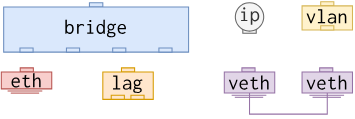
This is doc/lego.svg from kernelkit/infix, a draw.io export, as it was before one commit. Source tidied: cells renumbered, new cells last; positions are measured from the earlier drawing's top-left corner, leaving out a move shared by most shapes.
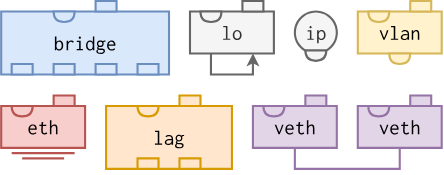
The same diagram one commit later.

What changed in the source:
```diff
@@ -2,125 +2,134 @@
   <root>
     <mxCell id="0" />
     <mxCell id="1" parent="0" />
-    <mxCell id="2" style="rounded=0;whiteSpace=wrap;html=1;fillColor=#dae8fc;strokeColor=#6c8ebf;fontFamily=Inconsolata;fontSize=10;fontSource=https%3A%2F%2Ffonts.googleapis.com%2Fcss%3Ffamily%3DInconsolata;" parent="1" vertex="1">
-      <mxGeometry x="83.6" y="1" width="12.8" height="4" as="geometry" />
+    <mxCell id="2" style="edgeStyle=orthogonalEdgeStyle;rounded=0;jettySize=auto;html=1;exitX=0.5;exitY=1;exitDx=0;exitDy=0;entryX=0.5;entryY=1;entryDx=0;entryDy=0;endArrow=none;endFill=0;strokeWidth=2;fillColor=#e1d5e7;strokeColor=#9673a6;" parent="1" edge="1" source="16" target="20">
+      <mxGeometry relative="1" as="geometry" />
     </mxCell>
-    <mxCell id="3" value="&lt;font style=&quot;font-size: 20px;&quot;&gt;bridge&lt;/font&gt;" style="rounded=0;whiteSpace=wrap;html=1;verticalAlign=middle;labelPosition=center;verticalLabelPosition=middle;align=center;spacingBottom=5;fontFamily=Inconsolata;fontSize=10;fillColor=#dae8fc;strokeColor=#6c8ebf;fontSource=https%3A%2F%2Ffonts.googleapis.com%2Fcss%3Ffamily%3DInconsolata;" parent="1" vertex="1">
-      <mxGeometry x="2" y="5" width="176" height="43" as="geometry" />
+    <mxCell id="3" style="group;" parent="1" vertex="1">
+      <mxGeometry x="-315" y="152" width="120" height="70" as="geometry" />
     </mxCell>
-    <mxCell id="4" style="rounded=0;whiteSpace=wrap;html=1;fillColor=#dae8fc;strokeColor=#6c8ebf;fontFamily=Inconsolata;fontSize=10;fontSource=https%3A%2F%2Ffonts.googleapis.com%2Fcss%3Ffamily%3DInconsolata;" parent="1" vertex="1">
-      <mxGeometry x="17.5" y="44" width="12.5" height="4" as="geometry" />
+    <mxCell id="4" value="lag" style="rounded=0;whiteSpace=wrap;html=1;fillColor=#ffe6cc;strokeColor=#d79b00;strokeWidth=2;fontFamily=Inconsolata;fontSource=https%3A%2F%2Ffonts.googleapis.com%2Fcss%3Ffamily%3DInconsolata;fontSize=20;" parent="3" vertex="1">
+      <mxGeometry y="10" width="120" height="60" as="geometry" />
     </mxCell>
-    <mxCell id="5" style="rounded=0;whiteSpace=wrap;html=1;fillColor=#dae8fc;strokeColor=#6c8ebf;fontFamily=Inconsolata;fontSize=10;fontSource=https%3A%2F%2Ffonts.googleapis.com%2Fcss%3Ffamily%3DInconsolata;" parent="1" vertex="1">
-      <mxGeometry x="61.8" y="44" width="12.5" height="4" as="geometry" />
+    <mxCell id="5" style="rounded=0;whiteSpace=wrap;html=1;fillColor=#ffe6cc;strokeColor=#d79b00;strokeWidth=2;fontFamily=Inconsolata;fontSource=https%3A%2F%2Ffonts.googleapis.com%2Fcss%3Ffamily%3DInconsolata;fontSize=20;" parent="3" vertex="1">
+      <mxGeometry x="70" width="20" height="10" as="geometry" />
     </mxCell>
-    <mxCell id="6" style="rounded=0;whiteSpace=wrap;html=1;fillColor=#dae8fc;strokeColor=#6c8ebf;fontFamily=Inconsolata;fontSize=10;fontSource=https%3A%2F%2Ffonts.googleapis.com%2Fcss%3Ffamily%3DInconsolata;" parent="1" vertex="1">
-      <mxGeometry x="105.8" y="44" width="12.5" height="4" as="geometry" />
+    <mxCell id="6" style="shape=or;whiteSpace=wrap;html=1;rotation=90;fillColor=#ffe6cc;strokeColor=#d79b00;strokeWidth=2;fontFamily=Inconsolata;fontSource=https%3A%2F%2Ffonts.googleapis.com%2Fcss%3Ffamily%3DInconsolata;fontSize=20;" parent="3" vertex="1">
+      <mxGeometry x="35" y="5" width="10" height="20" as="geometry" />
     </mxCell>
-    <mxCell id="7" style="rounded=0;whiteSpace=wrap;html=1;fillColor=#dae8fc;strokeColor=#6c8ebf;fontFamily=Inconsolata;fontSize=10;fontSource=https%3A%2F%2Ffonts.googleapis.com%2Fcss%3Ffamily%3DInconsolata;" parent="1" vertex="1">
-      <mxGeometry x="149.8" y="44" width="12.5" height="4" as="geometry" />
+    <mxCell id="7" style="rounded=0;whiteSpace=wrap;html=1;fillColor=#ffe6cc;strokeColor=#d79b00;strokeWidth=2;fontFamily=Inconsolata;fontSource=https%3A%2F%2Ffonts.googleapis.com%2Fcss%3Ffamily%3DInconsolata;fontSize=20;" parent="3" vertex="1">
+      <mxGeometry x="30" y="60" width="20" height="10" as="geometry" />
     </mxCell>
-    <mxCell id="8" style="edgeStyle=orthogonalEdgeStyle;rounded=0;jettySize=auto;html=1;exitX=0.5;exitY=1;exitDx=0;exitDy=0;entryX=0.5;entryY=1;entryDx=0;entryDy=0;endArrow=none;endFill=0;fillColor=#e1d5e7;strokeColor=#9673a6;fontFamily=Inconsolata;fontSource=https%3A%2F%2Ffonts.googleapis.com%2Fcss%3Ffamily%3DInconsolata;fontSize=20;" parent="1" edge="1" source="16" target="11">
-      <mxGeometry relative="1" as="geometry" />
+    <mxCell id="8" style="rounded=0;whiteSpace=wrap;html=1;fillColor=#ffe6cc;strokeColor=#d79b00;strokeWidth=2;fontFamily=Inconsolata;fontSource=https%3A%2F%2Ffonts.googleapis.com%2Fcss%3Ffamily%3DInconsolata;fontSize=20;" parent="3" vertex="1">
+      <mxGeometry x="70" y="60" width="20" height="10" as="geometry" />
     </mxCell>
-    <mxCell id="9" style="group;fontStyle=1;fontFamily=Inconsolata;fontSource=https%3A%2F%2Ffonts.googleapis.com%2Fcss%3Ffamily%3DInconsolata;" parent="1" vertex="1">
-      <mxGeometry x="286" y="63" width="48" height="28" as="geometry" />
+    <mxCell id="9" style="group;" parent="1" vertex="1">
+      <mxGeometry x="-415" y="152" width="80" height="60" as="geometry" />
     </mxCell>
-    <mxCell id="10" style="rounded=0;whiteSpace=wrap;html=1;fillColor=#e1d5e7;strokeColor=#9673a6;fontFamily=Inconsolata;fontSize=20;fontSource=https%3A%2F%2Ffonts.googleapis.com%2Fcss%3Ffamily%3DInconsolata;" parent="9" vertex="1">
-      <mxGeometry x="16.8" width="12.5" height="4" as="geometry" />
+    <mxCell id="10" value="eth" style="rounded=0;whiteSpace=wrap;html=1;fillColor=#f8cecc;strokeColor=#b85450;strokeWidth=2;fontFamily=Inconsolata;fontSource=https%3A%2F%2Ffonts.googleapis.com%2Fcss%3Ffamily%3DInconsolata;fontSize=20;" parent="9" vertex="1">
+      <mxGeometry y="10" width="80" height="40" as="geometry" />
     </mxCell>
-    <mxCell id="11" value="&lt;font style=&quot;font-size: 20px;&quot;&gt;veth&lt;/font&gt;" style="rounded=0;whiteSpace=wrap;html=1;fillColor=#e1d5e7;strokeColor=#9673a6;fontSize=20;fontFamily=Inconsolata;spacingTop=0;fontSource=https%3A%2F%2Ffonts.googleapis.com%2Fcss%3Ffamily%3DInconsolata;" parent="9" vertex="1">
-      <mxGeometry y="4" width="48" height="20" as="geometry" />
+    <mxCell id="11" style="rounded=0;whiteSpace=wrap;html=1;fillColor=#f8cecc;strokeColor=#b85450;strokeWidth=2;fontFamily=Inconsolata;fontSource=https%3A%2F%2Ffonts.googleapis.com%2Fcss%3Ffamily%3DInconsolata;fontSize=20;" parent="9" vertex="1">
+      <mxGeometry x="50" width="20" height="10" as="geometry" />
     </mxCell>
-    <mxCell id="12" style="endArrow=none;html=1;rounded=0;fillColor=#e1d5e7;strokeColor=#9673a6;fontFamily=Inconsolata;fontSize=20;fontSource=https%3A%2F%2Ffonts.googleapis.com%2Fcss%3Ffamily%3DInconsolata;" parent="9" edge="1">
-      <mxGeometry relative="1" as="geometry">
-        <mxPoint x="37" y="28" as="sourcePoint" />
-        <mxPoint x="10" y="28" as="targetPoint" />
-      </mxGeometry>
+    <mxCell id="12" style="shape=or;whiteSpace=wrap;html=1;rotation=90;fillColor=#f8cecc;strokeColor=#b85450;strokeWidth=2;fontFamily=Inconsolata;fontSource=https%3A%2F%2Ffonts.googleapis.com%2Fcss%3Ffamily%3DInconsolata;fontSize=20;" parent="9" vertex="1">
+      <mxGeometry x="15" y="5" width="10" height="20" as="geometry" />
     </mxCell>
-    <mxCell id="13" style="endArrow=none;html=1;rounded=0;fillColor=#e1d5e7;strokeColor=#9673a6;fontFamily=Inconsolata;fontSize=20;fontSource=https%3A%2F%2Ffonts.googleapis.com%2Fcss%3Ffamily%3DInconsolata;" parent="9" edge="1">
+    <mxCell id="13" style="endArrow=none;html=1;rounded=0;fillColor=#f8cecc;strokeColor=#b85450;strokeWidth=2;fontFamily=Inconsolata;fontSource=https%3A%2F%2Ffonts.googleapis.com%2Fcss%3Ffamily%3DInconsolata;fontSize=20;" parent="9" edge="1">
       <mxGeometry relative="1" as="geometry">
-        <mxPoint x="40" y="26" as="sourcePoint" />
-        <mxPoint x="7" y="26" as="targetPoint" />
+        <mxPoint x="20" y="60" as="sourcePoint" />
+        <mxPoint x="60" y="60" as="targetPoint" />
       </mxGeometry>
     </mxCell>
-    <mxCell id="14" style="group;fontFamily=Inconsolata;fontSource=https%3A%2F%2Ffonts.googleapis.com%2Fcss%3Ffamily%3DInconsolata;" parent="1" vertex="1">
-      <mxGeometry x="212" y="63" width="48" height="28" as="geometry" />
+    <mxCell id="14" style="endArrow=none;html=1;rounded=0;fillColor=#f8cecc;strokeColor=#b85450;strokeWidth=2;fontFamily=Inconsolata;fontSource=https%3A%2F%2Ffonts.googleapis.com%2Fcss%3Ffamily%3DInconsolata;fontSize=20;" parent="9" edge="1">
+      <mxGeometry relative="1" as="geometry">
+        <mxPoint x="10" y="55" as="sourcePoint" />
+        <mxPoint x="70" y="55" as="targetPoint" />
+      </mxGeometry>
     </mxCell>
-    <mxCell id="15" style="rounded=0;whiteSpace=wrap;html=1;fillColor=#e1d5e7;strokeColor=#9673a6;fontFamily=Inconsolata;fontSize=20;fontSource=https%3A%2F%2Ffonts.googleapis.com%2Fcss%3Ffamily%3DInconsolata;" parent="14" vertex="1">
-      <mxGeometry x="16.8" width="12.5" height="4" as="geometry" />
+    <mxCell id="15" style="group;" parent="1" vertex="1">
+      <mxGeometry x="-175" y="152" width="80" height="50" as="geometry" />
     </mxCell>
-    <mxCell id="16" value="&lt;font style=&quot;font-size: 20px;&quot;&gt;veth&lt;/font&gt;" style="rounded=0;whiteSpace=wrap;html=1;fillColor=#e1d5e7;strokeColor=#9673a6;fontSize=20;fontFamily=Inconsolata;spacingTop=0;fontSource=https%3A%2F%2Ffonts.googleapis.com%2Fcss%3Ffamily%3DInconsolata;" parent="14" vertex="1">
-      <mxGeometry y="4" width="48" height="20" as="geometry" />
+    <mxCell id="16" value="veth" style="rounded=0;whiteSpace=wrap;html=1;fillColor=#e1d5e7;strokeColor=#9673a6;strokeWidth=2;fontFamily=Inconsolata;fontSource=https%3A%2F%2Ffonts.googleapis.com%2Fcss%3Ffamily%3DInconsolata;fontSize=20;" parent="15" vertex="1">
+      <mxGeometry y="10" width="80" height="40" as="geometry" />
     </mxCell>
-    <mxCell id="17" style="endArrow=none;html=1;rounded=0;fillColor=#e1d5e7;strokeColor=#9673a6;fontFamily=Inconsolata;fontSize=20;fontSource=https%3A%2F%2Ffonts.googleapis.com%2Fcss%3Ffamily%3DInconsolata;" parent="14" edge="1">
-      <mxGeometry relative="1" as="geometry">
-        <mxPoint x="37" y="28" as="sourcePoint" />
-        <mxPoint x="10" y="28" as="targetPoint" />
-      </mxGeometry>
+    <mxCell id="17" style="rounded=0;whiteSpace=wrap;html=1;fillColor=#e1d5e7;strokeColor=#9673a6;strokeWidth=2;fontFamily=Inconsolata;fontSource=https%3A%2F%2Ffonts.googleapis.com%2Fcss%3Ffamily%3DInconsolata;fontSize=20;" parent="15" vertex="1">
+      <mxGeometry x="50" width="20" height="10" as="geometry" />
     </mxCell>
-    <mxCell id="18" style="endArrow=none;html=1;rounded=0;fillColor=#e1d5e7;strokeColor=#9673a6;fontFamily=Inconsolata;fontSize=20;fontSource=https%3A%2F%2Ffonts.googleapis.com%2Fcss%3Ffamily%3DInconsolata;" parent="14" edge="1">
-      <mxGeometry relative="1" as="geometry">
-        <mxPoint x="40" y="26" as="sourcePoint" />
-        <mxPoint x="7" y="26" as="targetPoint" />
-      </mxGeometry>
+    <mxCell id="18" style="shape=or;whiteSpace=wrap;html=1;rotation=90;fillColor=#e1d5e7;strokeColor=#9673a6;strokeWidth=2;fontFamily=Inconsolata;fontSource=https%3A%2F%2Ffonts.googleapis.com%2Fcss%3Ffamily%3DInconsolata;fontSize=20;" parent="15" vertex="1">
+      <mxGeometry x="15" y="5" width="10" height="20" as="geometry" />
     </mxCell>
-    <mxCell id="19" style="group;fontFamily=Inconsolata;fontSource=https%3A%2F%2Ffonts.googleapis.com%2Fcss%3Ffamily%3DInconsolata;" parent="1" vertex="1">
-      <mxGeometry x="286" width="48" height="27" as="geometry" />
+    <mxCell id="19" style="group;" parent="1" vertex="1">
+      <mxGeometry x="-75" y="152" width="80" height="50" as="geometry" />
     </mxCell>
-    <mxCell id="20" style="rounded=0;whiteSpace=wrap;html=1;fillColor=#fff2cc;strokeColor=#d6b656;fontFamily=Inconsolata;fontSize=20;fontSource=https%3A%2F%2Ffonts.googleapis.com%2Fcss%3Ffamily%3DInconsolata;" parent="19" vertex="1">
-      <mxGeometry x="17.8" width="12.5" height="4" as="geometry" />
+    <mxCell id="20" value="veth" style="rounded=0;whiteSpace=wrap;html=1;fillColor=#e1d5e7;strokeColor=#9673a6;strokeWidth=2;fontFamily=Inconsolata;fontSource=https%3A%2F%2Ffonts.googleapis.com%2Fcss%3Ffamily%3DInconsolata;fontSize=20;" parent="19" vertex="1">
+      <mxGeometry y="10" width="80" height="40" as="geometry" />
     </mxCell>
-    <mxCell id="21" value="&lt;font style=&quot;font-size: 20px;&quot;&gt;vlan&lt;/font&gt;" style="rounded=0;whiteSpace=wrap;html=1;fillColor=#fff2cc;strokeColor=#d6b656;fontSize=20;fontFamily=Inconsolata;spacingBottom=3;fontSource=https%3A%2F%2Ffonts.googleapis.com%2Fcss%3Ffamily%3DInconsolata;" parent="19" vertex="1">
-      <mxGeometry y="4" width="48" height="23" as="geometry" />
+    <mxCell id="21" style="rounded=0;whiteSpace=wrap;html=1;fillColor=#e1d5e7;strokeColor=#9673a6;strokeWidth=2;fontFamily=Inconsolata;fontSource=https%3A%2F%2Ffonts.googleapis.com%2Fcss%3Ffamily%3DInconsolata;fontSize=20;" parent="19" vertex="1">
+      <mxGeometry x="50" width="20" height="10" as="geometry" />
     </mxCell>
-    <mxCell id="22" style="rounded=0;whiteSpace=wrap;html=1;fillColor=#fff2cc;strokeColor=#d6b656;fontFamily=Inconsolata;fontSize=20;fontSource=https%3A%2F%2Ffonts.googleapis.com%2Fcss%3Ffamily%3DInconsolata;" parent="19" vertex="1">
-      <mxGeometry x="17.8" y="23" width="12.5" height="4" as="geometry" />
+    <mxCell id="22" style="shape=or;whiteSpace=wrap;html=1;rotation=90;fillColor=#e1d5e7;strokeColor=#9673a6;strokeWidth=2;fontFamily=Inconsolata;fontSource=https%3A%2F%2Ffonts.googleapis.com%2Fcss%3Ffamily%3DInconsolata;fontSize=20;" parent="19" vertex="1">
+      <mxGeometry x="15" y="5" width="10" height="20" as="geometry" />
     </mxCell>
-    <mxCell id="23" style="group;fontFamily=Inconsolata;fontSource=https%3A%2F%2Ffonts.googleapis.com%2Fcss%3Ffamily%3DInconsolata;" parent="1" vertex="1">
-      <mxGeometry x="96.4" y="63" width="48" height="30" as="geometry" />
+    <mxCell id="23" style="group;" parent="1" vertex="1">
+      <mxGeometry x="-415" y="62" width="160" height="70" as="geometry" />
     </mxCell>
-    <mxCell id="24" style="rounded=0;whiteSpace=wrap;html=1;fillColor=#ffe6cc;strokeColor=#d79b00;fontFamily=Inconsolata;fontSize=10;fontSource=https%3A%2F%2Ffonts.googleapis.com%2Fcss%3Ffamily%3DInconsolata;" parent="23" vertex="1">
-      <mxGeometry x="17.8" width="12.5" height="4" as="geometry" />
+    <mxCell id="24" value="bridge" style="rounded=0;whiteSpace=wrap;html=1;fillColor=#dae8fc;strokeColor=#6c8ebf;strokeWidth=2;fontFamily=Inconsolata;fontSource=https%3A%2F%2Ffonts.googleapis.com%2Fcss%3Ffamily%3DInconsolata;fontSize=20;" parent="23" vertex="1">
+      <mxGeometry y="10" width="160" height="60" as="geometry" />
     </mxCell>
-    <mxCell id="25" value="&lt;font style=&quot;font-size: 20px;&quot;&gt;lag&lt;/font&gt;" style="rounded=0;whiteSpace=wrap;html=1;fillColor=#ffe6cc;strokeColor=#d79b00;fontSize=16;fontFamily=Inconsolata;spacingBottom=6;fontSource=https%3A%2F%2Ffonts.googleapis.com%2Fcss%3Ffamily%3DInconsolata;" parent="23" vertex="1">
-      <mxGeometry y="4" width="48" height="26" as="geometry" />
+    <mxCell id="25" style="rounded=0;whiteSpace=wrap;html=1;fillColor=#dae8fc;strokeColor=#6c8ebf;strokeWidth=2;fontFamily=Inconsolata;fontSource=https%3A%2F%2Ffonts.googleapis.com%2Fcss%3Ffamily%3DInconsolata;fontSize=20;" parent="23" vertex="1">
+      <mxGeometry x="90" width="20" height="10" as="geometry" />
     </mxCell>
-    <mxCell id="26" style="rounded=0;whiteSpace=wrap;html=1;fillColor=#ffe6cc;strokeColor=#d79b00;fontFamily=Inconsolata;fontSize=10;fontSource=https%3A%2F%2Ffonts.googleapis.com%2Fcss%3Ffamily%3DInconsolata;" parent="23" vertex="1">
-      <mxGeometry x="8" y="26" width="12.5" height="4" as="geometry" />
+    <mxCell id="26" style="shape=or;whiteSpace=wrap;html=1;rotation=90;fillColor=#dae8fc;strokeColor=#6c8ebf;strokeWidth=2;fontFamily=Inconsolata;fontSource=https%3A%2F%2Ffonts.googleapis.com%2Fcss%3Ffamily%3DInconsolata;fontSize=20;" parent="23" vertex="1">
+      <mxGeometry x="55" y="5" width="10" height="20" as="geometry" />
     </mxCell>
-    <mxCell id="27" style="rounded=0;whiteSpace=wrap;html=1;fillColor=#ffe6cc;strokeColor=#d79b00;fontFamily=Inconsolata;fontSize=10;fontSource=https%3A%2F%2Ffonts.googleapis.com%2Fcss%3Ffamily%3DInconsolata;" parent="23" vertex="1">
-      <mxGeometry x="26.8" y="26" width="12.5" height="4" as="geometry" />
+    <mxCell id="27" style="rounded=0;whiteSpace=wrap;html=1;fillColor=#dae8fc;strokeColor=#6c8ebf;strokeWidth=2;fontFamily=Inconsolata;fontSource=https%3A%2F%2Ffonts.googleapis.com%2Fcss%3Ffamily%3DInconsolata;fontSize=20;" parent="23" vertex="1">
+      <mxGeometry x="10" y="60" width="20" height="10" as="geometry" />
     </mxCell>
-    <mxCell id="28" style="group;fontFamily=Inconsolata;fontSource=https%3A%2F%2Ffonts.googleapis.com%2Fcss%3Ffamily%3DInconsolata;" parent="1" vertex="1">
-      <mxGeometry x="-0.2" y="63" width="48" height="24" as="geometry" />
+    <mxCell id="28" style="rounded=0;whiteSpace=wrap;html=1;fillColor=#dae8fc;strokeColor=#6c8ebf;strokeWidth=2;fontFamily=Inconsolata;fontSource=https%3A%2F%2Ffonts.googleapis.com%2Fcss%3Ffamily%3DInconsolata;fontSize=20;" parent="23" vertex="1">
+      <mxGeometry x="50" y="60" width="20" height="10" as="geometry" />
     </mxCell>
-    <mxCell id="29" style="rounded=0;whiteSpace=wrap;html=1;fillColor=#f8cecc;strokeColor=#b85450;fontFamily=Inconsolata;fontSize=10;fontSource=https%3A%2F%2Ffonts.googleapis.com%2Fcss%3Ffamily%3DInconsolata;" parent="28" vertex="1">
-      <mxGeometry x="18" width="12.5" height="4" as="geometry" />
+    <mxCell id="29" style="rounded=0;whiteSpace=wrap;html=1;fillColor=#dae8fc;strokeColor=#6c8ebf;strokeWidth=2;fontFamily=Inconsolata;fontSource=https%3A%2F%2Ffonts.googleapis.com%2Fcss%3Ffamily%3DInconsolata;fontSize=20;" parent="23" vertex="1">
+      <mxGeometry x="90" y="60" width="20" height="10" as="geometry" />
     </mxCell>
-    <mxCell id="30" value="&lt;font style=&quot;font-size: 20px;&quot;&gt;eth&lt;/font&gt;" style="rounded=0;whiteSpace=wrap;html=1;fillColor=#f8cecc;strokeColor=#b85450;fontSize=10;fontFamily=Inconsolata;spacingTop=0;fontSource=https%3A%2F%2Ffonts.googleapis.com%2Fcss%3Ffamily%3DInconsolata;" parent="28" vertex="1">
-      <mxGeometry y="4" width="48" height="16" as="geometry" />
+    <mxCell id="30" style="rounded=0;whiteSpace=wrap;html=1;fillColor=#dae8fc;strokeColor=#6c8ebf;strokeWidth=2;fontFamily=Inconsolata;fontSource=https%3A%2F%2Ffonts.googleapis.com%2Fcss%3Ffamily%3DInconsolata;fontSize=20;" parent="23" vertex="1">
+      <mxGeometry x="130" y="60" width="20" height="10" as="geometry" />
     </mxCell>
-    <mxCell id="31" style="endArrow=none;html=1;rounded=0;fillColor=#f8cecc;strokeColor=#b85450;fontFamily=Inconsolata;fontSize=10;fontSource=https%3A%2F%2Ffonts.googleapis.com%2Fcss%3Ffamily%3DInconsolata;" parent="28" edge="1">
-      <mxGeometry relative="1" as="geometry">
-        <mxPoint x="36" y="24" as="sourcePoint" />
-        <mxPoint x="9" y="24" as="targetPoint" />
-      </mxGeometry>
+    <mxCell id="31" style="group;" parent="1" vertex="1">
+      <mxGeometry x="-135" y="72" width="40" height="47" as="geometry" />
     </mxCell>
-    <mxCell id="32" style="endArrow=none;html=1;rounded=0;fillColor=#f8cecc;strokeColor=#b85450;fontFamily=Inconsolata;fontSize=10;fontSource=https%3A%2F%2Ffonts.googleapis.com%2Fcss%3Ffamily%3DInconsolata;" parent="28" edge="1">
-      <mxGeometry relative="1" as="geometry">
-        <mxPoint x="39" y="22" as="sourcePoint" />
-        <mxPoint x="6" y="22" as="targetPoint" />
-      </mxGeometry>
+    <mxCell id="32" value="ip" style="ellipse;whiteSpace=wrap;html=1;fillColor=#f5f5f5;fontColor=#333333;strokeColor=#666666;fontFamily=Inconsolata;fontSource=https%3A%2F%2Ffonts.googleapis.com%2Fcss%3Ffamily%3DInconsolata;fontSize=20;strokeWidth=2;" parent="31" vertex="1">
+      <mxGeometry width="40" height="40" as="geometry" />
     </mxCell>
-    <mxCell id="33" style="group;fontFamily=Inconsolata;fontSource=https%3A%2F%2Ffonts.googleapis.com%2Fcss%3Ffamily%3DInconsolata;" parent="1" vertex="1">
-      <mxGeometry x="222.5" y="1" width="27" height="29" as="geometry" />
+    <mxCell id="33" style="shape=or;whiteSpace=wrap;html=1;rotation=90;fillColor=#f5f5f5;strokeColor=#666666;strokeWidth=2;fontFamily=Inconsolata;fontSource=https%3A%2F%2Ffonts.googleapis.com%2Fcss%3Ffamily%3DInconsolata;fontSize=20;fontColor=#333333;" parent="31" vertex="1">
+      <mxGeometry x="15" y="32" width="10" height="20" as="geometry" />
     </mxCell>
-    <mxCell id="34" style="rounded=0;whiteSpace=wrap;html=1;fillColor=#f5f5f5;strokeColor=#666666;fontFamily=Inconsolata;fontSize=20;fontColor=#333333;fontSource=https%3A%2F%2Ffonts.googleapis.com%2Fcss%3Ffamily%3DInconsolata;" parent="33" vertex="1">
-      <mxGeometry x="7.1" y="23" width="12.8" height="6" as="geometry" />
+    <mxCell id="34" style="group;" parent="1" vertex="1">
+      <mxGeometry x="-75" y="62" width="80" height="60" as="geometry" />
     </mxCell>
-    <mxCell id="35" value="&lt;font style=&quot;font-size: 20px;&quot;&gt;ip&lt;/font&gt;" style="ellipse;whiteSpace=wrap;html=1;fontFamily=Inconsolata;fontSize=20;fillColor=#f5f5f5;fontColor=#333333;strokeColor=#666666;fontSource=https%3A%2F%2Ffonts.googleapis.com%2Fcss%3Ffamily%3DInconsolata;spacingBottom=6;" parent="33" vertex="1">
-      <mxGeometry width="27" height="27" as="geometry" />
+    <mxCell id="35" value="vlan" style="rounded=0;whiteSpace=wrap;html=1;fillColor=#fff2cc;strokeColor=#d6b656;strokeWidth=2;fontFamily=Inconsolata;fontSource=https%3A%2F%2Ffonts.googleapis.com%2Fcss%3Ffamily%3DInconsolata;fontSize=20;" parent="34" vertex="1">
+      <mxGeometry y="10" width="80" height="40" as="geometry" />
     </mxCell>
+    <mxCell id="36" style="rounded=0;whiteSpace=wrap;html=1;fillColor=#fff2cc;strokeColor=#d6b656;strokeWidth=2;fontFamily=Inconsolata;fontSource=https%3A%2F%2Ffonts.googleapis.com%2Fcss%3Ffamily%3DInconsolata;fontSize=20;" parent="34" vertex="1">
+      <mxGeometry x="50" width="20" height="10" as="geometry" />
+    </mxCell>
+    <mxCell id="37" style="shape=or;whiteSpace=wrap;html=1;rotation=90;fillColor=#fff2cc;strokeColor=#d6b656;strokeWidth=2;fontFamily=Inconsolata;fontSource=https%3A%2F%2Ffonts.googleapis.com%2Fcss%3Ffamily%3DInconsolata;fontSize=20;" parent="34" vertex="1">
+      <mxGeometry x="15" y="5" width="10" height="20" as="geometry" />
+    </mxCell>
+    <mxCell id="38" style="shape=or;whiteSpace=wrap;html=1;rotation=90;fillColor=#fff2cc;strokeColor=#d6b656;strokeWidth=2;fontFamily=Inconsolata;fontSource=https%3A%2F%2Ffonts.googleapis.com%2Fcss%3Ffamily%3DInconsolata;fontSize=20;" parent="34" vertex="1">
+      <mxGeometry x="35" y="45" width="10" height="20" as="geometry" />
+    </mxCell>
+    <mxCell id="39" value="lo" style="rounded=0;whiteSpace=wrap;html=1;fillColor=#f5f5f5;strokeColor=#666666;strokeWidth=2;fontFamily=Inconsolata;fontSource=https%3A%2F%2Ffonts.googleapis.com%2Fcss%3Ffamily%3DInconsolata;fontSize=20;fontColor=#333333;" parent="1" vertex="1">
+      <mxGeometry x="-235" y="72" width="80" height="40" as="geometry" />
+    </mxCell>
+    <mxCell id="40" style="rounded=0;whiteSpace=wrap;html=1;fillColor=#f5f5f5;strokeColor=#666666;strokeWidth=2;fontFamily=Inconsolata;fontSource=https%3A%2F%2Ffonts.googleapis.com%2Fcss%3Ffamily%3DInconsolata;fontSize=20;fontColor=#333333;" parent="1" vertex="1">
+      <mxGeometry x="-185" y="62" width="20" height="10" as="geometry" />
+    </mxCell>
+    <mxCell id="41" style="shape=or;whiteSpace=wrap;html=1;rotation=90;fillColor=#f5f5f5;strokeColor=#666666;strokeWidth=2;fontFamily=Inconsolata;fontSource=https%3A%2F%2Ffonts.googleapis.com%2Fcss%3Ffamily%3DInconsolata;fontSize=20;fontColor=#333333;" parent="1" vertex="1">
+      <mxGeometry x="-220" y="67" width="10" height="20" as="geometry" />
+    </mxCell>
+    <mxCell id="42" style="edgeStyle=orthogonalEdgeStyle;rounded=0;orthogonalLoop=1;jettySize=auto;html=1;exitX=0.25;exitY=1;exitDx=0;exitDy=0;entryX=0.75;entryY=1;entryDx=0;entryDy=0;strokeWidth=2;fillColor=#f5f5f5;strokeColor=#666666;" parent="1" edge="1" source="39" target="39">
+      <mxGeometry relative="1" as="geometry" />
+    </mxCell>
   </root>
 </mxGraphModel>
```
